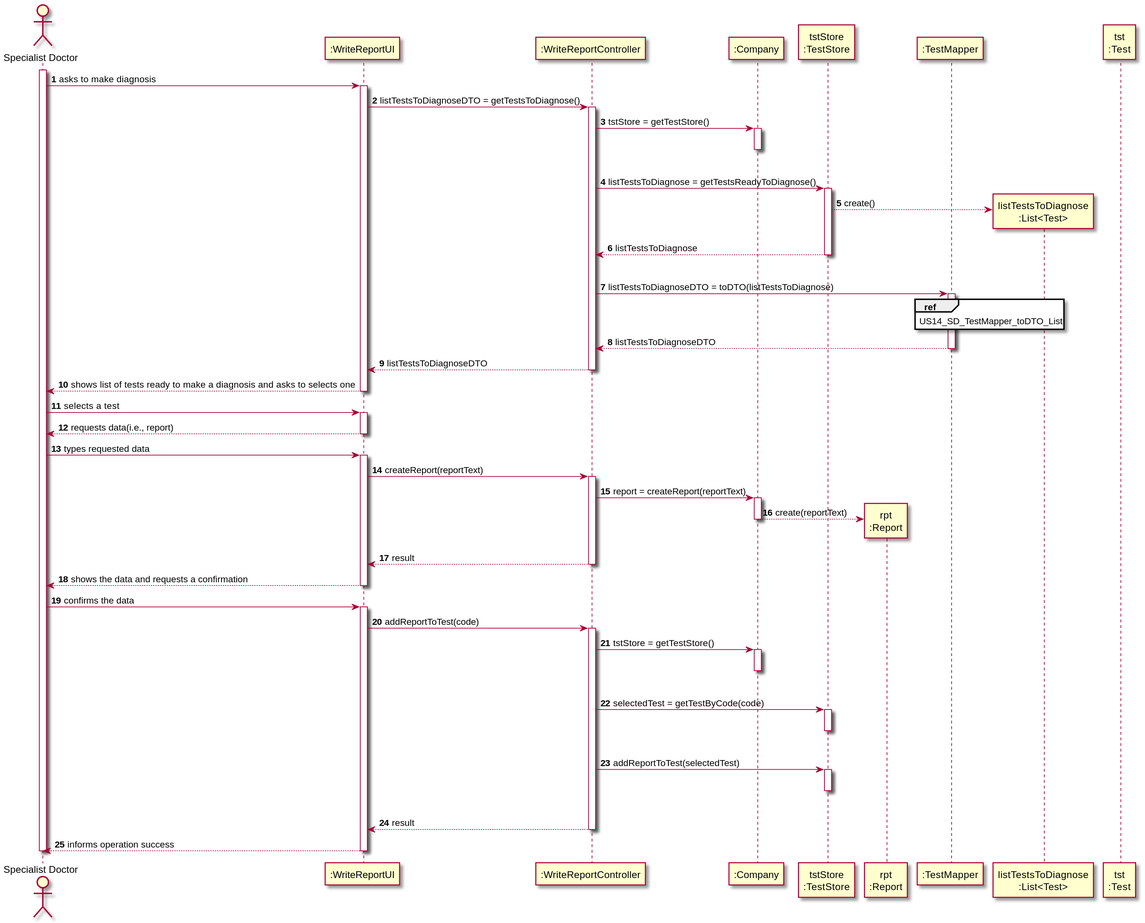
The PlantUML diagram docs/SprintC/US_14/US014_SD.svg in ana-albergaria/LAPR2-ISEP, before a commit.
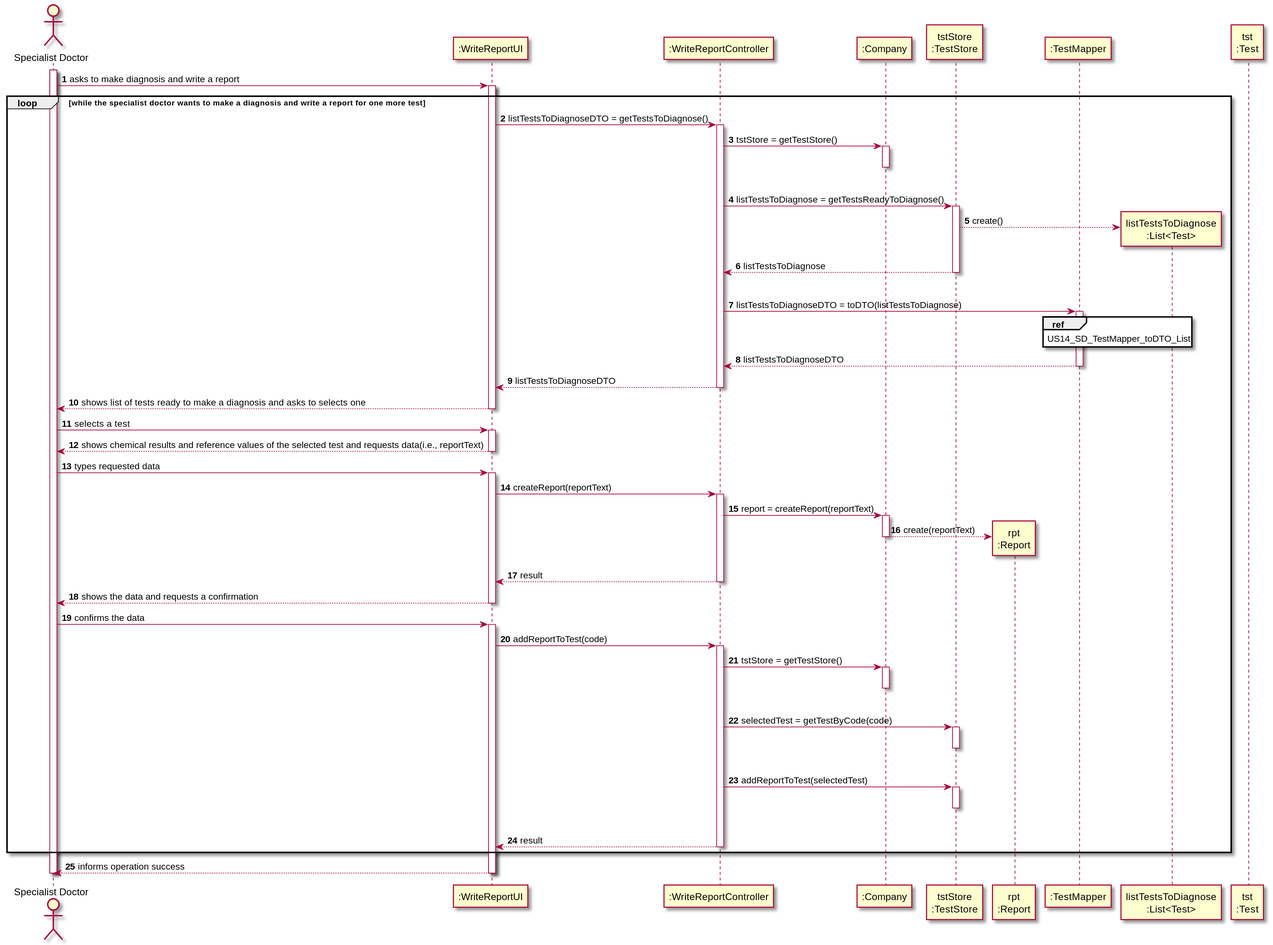
Later version of the same file.

Diff of the diagram source:
```diff
@@ -12,8 +12,9 @@
 participant "tst\n:Test" as TST
 
 activate SPDT
-SPDT -> UI : asks to make diagnosis
+SPDT -> UI : asks to make diagnosis and write a report
 activate UI
+loop while the specialist doctor wants to make a diagnosis and write a report for one more test
 UI -> CTRL : listTestsToDiagnoseDTO = getTestsToDiagnose()
 activate CTRL
 
@@ -48,7 +49,7 @@
 SPDT -> UI : selects a test
 activate UI
 
-UI --> SPDT : requests data(i.e., report)
+UI --> SPDT : shows chemical results and reference values of the selected test and requests data(i.e., reportText)
 deactivate UI
 
 SPDT -> UI : types requested data
@@ -93,6 +94,8 @@
 deactivate CMP
 deactivate CTRL
 
+end
+
 UI --> SPDT : informs operation success
 deactivate UI
 deactivate SPDT
```
